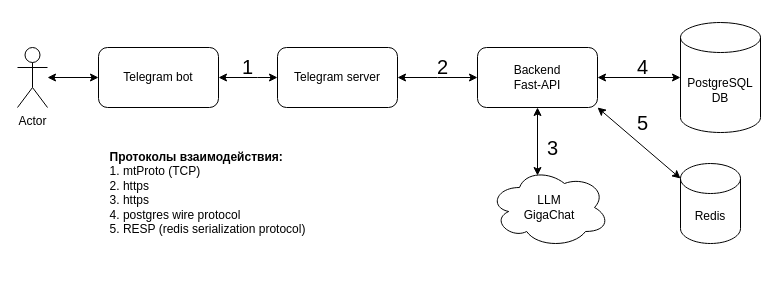
volchugin/schemes keeps this draw.io diagram as TG_mini_app_architecture.drawio. Above is the earlier version. Source tidied: cells renumbered, new cells numbered last; positions are measured from the earlier drawing's top-left corner, leaving out a move shared by most shapes. Both pictures are drawn from the tidied source at 100%, with x=0, y=0 at pixel (17, 22).
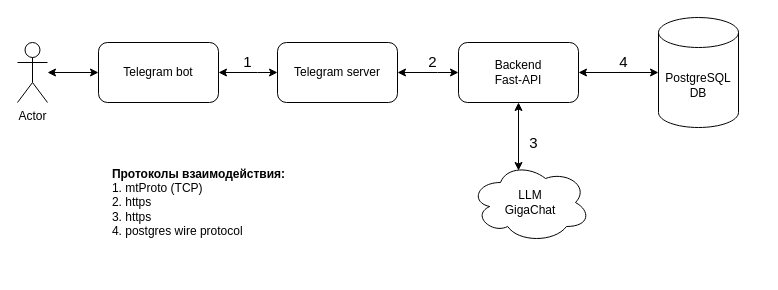
Above is the later version.

What changed in the source:
```diff
@@
     <mxCell id="2" value="Actor" style="shape=umlActor;verticalLabelPosition=bottom;verticalAlign=top;html=1;outlineConnect=0;" parent="1" vertex="1">
-      <mxGeometry y="25" width="30" height="60" as="geometry" />
+      <mxGeometry y="20" width="30" height="60" as="geometry" />
     </mxCell>
     <mxCell id="3" value="PostgreSQL&lt;div&gt;DB&lt;/div&gt;" style="shape=cylinder3;whiteSpace=wrap;html=1;boundedLbl=1;backgroundOutline=1;size=15;" parent="1" vertex="1">
-      <mxGeometry x="663" width="80" height="110" as="geometry" />
+      <mxGeometry x="641" y="-5" width="80" height="110" as="geometry" />
     </mxCell>
     <mxCell id="4" value="Telegram server" style="rounded=1;whiteSpace=wrap;html=1;" parent="1" vertex="1">
-      <mxGeometry x="260" y="25" width="120" height="60" as="geometry" />
+      <mxGeometry x="260" y="20" width="120" height="60" as="geometry" />
     </mxCell>
     <mxCell id="5" value="Backend&lt;div&gt;Fast-API&lt;br&gt;&lt;/div&gt;" style="rounded=1;whiteSpace=wrap;html=1;" parent="1" vertex="1">
-      <mxGeometry x="460" y="25" width="120" height="60" as="geometry" />
+      <mxGeometry x="441" y="20" width="120" height="60" as="geometry" />
     </mxCell>
     <mxCell id="6" value="LLM&lt;div&gt;GigaChat&lt;/div&gt;" style="ellipse;shape=cloud;whiteSpace=wrap;html=1;" parent="1" vertex="1">
-      <mxGeometry x="472" y="145" width="120" height="80" as="geometry" />
+      <mxGeometry x="453" y="140" width="120" height="80" as="geometry" />
     </mxCell>
-    <mxCell id="7" style="endArrow=classic;startArrow=classic;html=1;rounded=0;entryX=0.5;entryY=1;entryDx=0;entryDy=0;exitX=0.4;exitY=0.1;exitDx=0;exitDy=0;exitPerimeter=0;" parent="1" edge="1" source="6" target="5">
-      <mxGeometry relative="1" as="geometry" />
+    <mxCell id="7" style="endArrow=classic;startArrow=classic;html=1;rounded=0;entryX=0.5;entryY=1;entryDx=0;entryDy=0;exitX=0.4;exitY=0.1;exitDx=0;exitDy=0;exitPerimeter=0;" parent="1" edge="1" source="6">
+      <mxGeometry relative="1" as="geometry">
+        <mxPoint x="501" y="80" as="targetPoint" />
+      </mxGeometry>
     </mxCell>
-    <mxCell id="8" style="endArrow=classic;startArrow=classic;html=1;rounded=0;entryX=0;entryY=0.5;entryDx=0;entryDy=0;entryPerimeter=0;exitX=1;exitY=0.5;exitDx=0;exitDy=0;" parent="1" edge="1" source="5" target="3">
-      <mxGeometry relative="1" as="geometry" />
+    <mxCell id="8" style="endArrow=classic;startArrow=classic;html=1;rounded=0;entryX=0;entryY=0.5;entryDx=0;entryDy=0;entryPerimeter=0;exitX=1;exitY=0.5;exitDx=0;exitDy=0;" parent="1" edge="1" target="3">
+      <mxGeometry relative="1" as="geometry">
+        <mxPoint x="561" y="50" as="sourcePoint" />
+      </mxGeometry>
     </mxCell>
     <mxCell id="9" style="endArrow=classic;startArrow=classic;html=1;rounded=0;entryX=1;entryY=0.5;entryDx=0;entryDy=0;exitX=0;exitY=0.5;exitDx=0;exitDy=0;" parent="1" edge="1" source="5" target="4">
       <mxGeometry relative="1" as="geometry">
         <Array as="points">
-          <mxPoint x="420" y="55" />
+          <mxPoint x="420" y="50" />
         </Array>
       </mxGeometry>
     </mxCell>
     <mxCell id="10" value="Telegram bot" style="rounded=1;whiteSpace=wrap;html=1;" parent="1" vertex="1">
-      <mxGeometry x="81" y="25" width="120" height="60" as="geometry" />
+      <mxGeometry x="81" y="20" width="120" height="60" as="geometry" />
     </mxCell>
     <mxCell id="11" style="endArrow=classic;startArrow=classic;html=1;rounded=0;entryX=1;entryY=0.5;entryDx=0;entryDy=0;exitX=0;exitY=0.5;exitDx=0;exitDy=0;" parent="1" edge="1" source="4" target="10">
       <mxGeometry relative="1" as="geometry">
         <Array as="points">
-          <mxPoint x="240" y="55" />
+          <mxPoint x="240" y="50" />
         </Array>
       </mxGeometry>
     </mxCell>
-    <mxCell id="12" value="1" style="text;html=1;align=center;verticalAlign=middle;fontSize=20;" parent="1" vertex="1">
-      <mxGeometry x="215" y="24" width="30" height="40" as="geometry" />
+    <mxCell id="12" value="1" style="text;html=1;align=center;verticalAlign=middle;fontSize=15;" parent="1" vertex="1">
+      <mxGeometry x="215" y="24" width="30" height="30" as="geometry" />
     </mxCell>
-    <mxCell id="13" value="&lt;div style=&quot;text-align: left;&quot;&gt;&lt;b&gt;Протоколы взаимодействия:&lt;/b&gt;&lt;/div&gt;&lt;div&gt;&lt;div style=&quot;text-align: left;&quot;&gt;1. mtProto (TCP)&lt;/div&gt;&lt;div style=&quot;text-align: left;&quot;&gt;2. https&lt;/div&gt;&lt;div style=&quot;text-align: left;&quot;&gt;3. https&lt;/div&gt;&lt;div style=&quot;text-align: left;&quot;&gt;4. postgres wire protocol&lt;/div&gt;&lt;div style=&quot;text-align: left;&quot;&gt;5. RESP (redis serialization protocol)&lt;/div&gt;&lt;div style=&quot;text-align: left;&quot;&gt;&lt;br&gt;&lt;/div&gt;&lt;div style=&quot;text-align: left;&quot;&gt;&lt;br&gt;&lt;/div&gt;&lt;/div&gt;" style="text;html=1;align=center;verticalAlign=middle;strokeColor=none;fillColor=none;" parent="1" vertex="1">
-      <mxGeometry x="80" y="120" width="220" height="130" as="geometry" />
+    <mxCell id="13" value="&lt;div style=&quot;text-align: left;&quot;&gt;&lt;b&gt;Протоколы взаимодействия:&lt;/b&gt;&lt;/div&gt;&lt;div&gt;&lt;div style=&quot;text-align: left;&quot;&gt;1. mtProto (TCP)&lt;/div&gt;&lt;div style=&quot;text-align: left;&quot;&gt;2. https&lt;/div&gt;&lt;div style=&quot;text-align: left;&quot;&gt;3. https&lt;/div&gt;&lt;div style=&quot;text-align: left;&quot;&gt;4. postgres wire protocol&lt;/div&gt;&lt;/div&gt;" style="text;html=1;align=center;verticalAlign=middle;strokeColor=none;fillColor=none;" parent="1" vertex="1">
+      <mxGeometry x="81" y="140" width="200" height="80" as="geometry" />
     </mxCell>
-    <mxCell id="14" value="2" style="text;html=1;align=center;verticalAlign=middle;fontSize=20;" parent="1" vertex="1">
-      <mxGeometry x="410" y="24" width="30" height="40" as="geometry" />
+    <mxCell id="14" value="2" style="text;html=1;align=center;verticalAlign=middle;fontSize=15;" parent="1" vertex="1">
+      <mxGeometry x="400" y="24" width="30" height="30" as="geometry" />
     </mxCell>
-    <mxCell id="15" value="3" style="text;html=1;align=center;verticalAlign=middle;fontSize=20;" parent="1" vertex="1">
-      <mxGeometry x="520" y="105" width="30" height="40" as="geometry" />
+    <mxCell id="15" value="3" style="text;html=1;align=center;verticalAlign=middle;fontSize=15;" parent="1" vertex="1">
+      <mxGeometry x="501" y="105" width="30" height="30" as="geometry" />
     </mxCell>
-    <mxCell id="16" value="4" style="text;html=1;align=center;verticalAlign=middle;fontSize=20;" parent="1" vertex="1">
-      <mxGeometry x="610" y="24" width="30" height="40" as="geometry" />
+    <mxCell id="16" value="4" style="text;html=1;align=center;verticalAlign=middle;fontSize=15;" parent="1" vertex="1">
+      <mxGeometry x="591" y="24" width="30" height="30" as="geometry" />
     </mxCell>
-    <mxCell id="17" value="Redis" style="shape=cylinder3;whiteSpace=wrap;html=1;boundedLbl=1;backgroundOutline=1;size=15;" parent="1" vertex="1">
-      <mxGeometry x="663" y="141" width="60" height="80" as="geometry" />
-    </mxCell>
-    <mxCell id="18" style="endArrow=classic;startArrow=classic;html=1;rounded=0;entryX=0;entryY=0;entryDx=0;entryDy=15;entryPerimeter=0;exitX=1;exitY=1;exitDx=0;exitDy=0;" parent="1" edge="1" source="5" target="17">
-      <mxGeometry relative="1" as="geometry" />
-    </mxCell>
@@
-    <mxCell id="20" value="5" style="text;html=1;align=center;verticalAlign=middle;fontSize=20;" parent="1" vertex="1">
-      <mxGeometry x="610" y="80" width="30" height="40" as="geometry" />
-    </mxCell>
```
